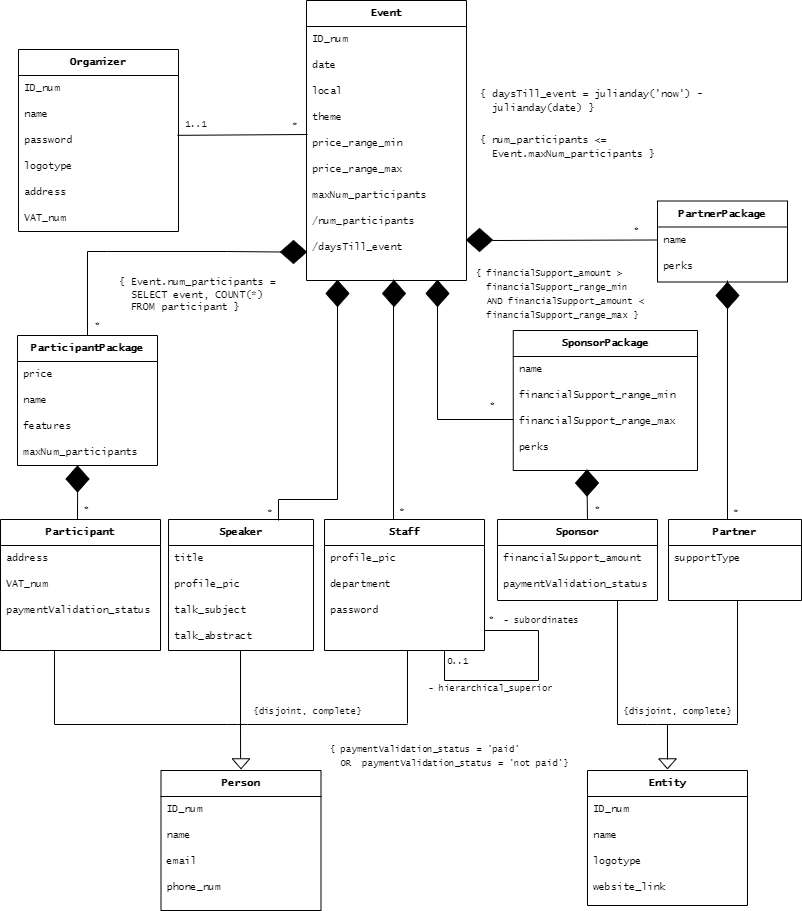
Above: docs/UML_Classes.png in joamats/feup-InformationSystems (draw.io), before the change. Source tidied: cells renumbered, new cells last; positions are measured from the earlier drawing's top-left corner, leaving out a move shared by most shapes.
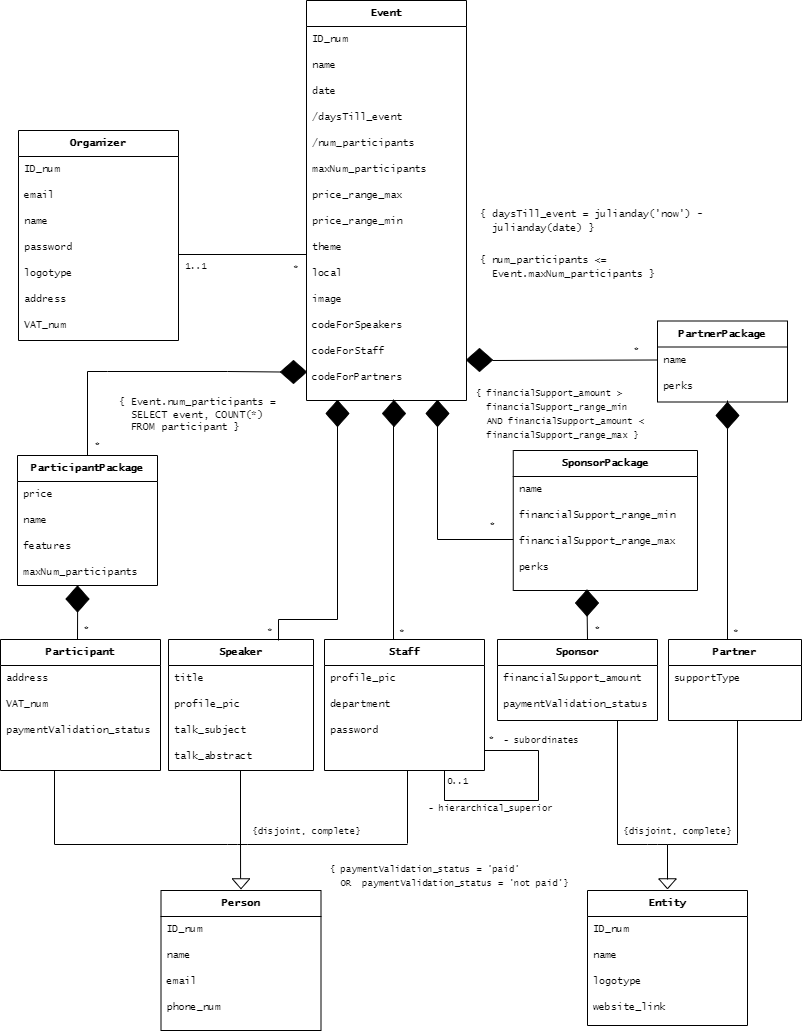
Above is the later version.

Change to the diagram source:
```diff
@@ -3,26 +3,29 @@
     <mxCell id="0" />
     <mxCell id="1" parent="0" />
     <mxCell id="2" value="Organizer" style="swimlane;fontStyle=1;align=center;verticalAlign=top;horizontal=1;startSize=26;rounded=0;shadow=0;strokeWidth=1;fontFamily=Lucida Console;fontSize=10;" parent="1" vertex="1">
-      <mxGeometry x="18" y="49" width="160" height="182" as="geometry" />
+      <mxGeometry x="18" y="10" width="160" height="210" as="geometry" />
     </mxCell>
     <mxCell id="3" value="ID_num" style="text;align=left;verticalAlign=top;spacingLeft=4;spacingRight=4;overflow=hidden;rounded=0;shadow=0;html=0;fontFamily=Lucida Console;fontSize=10;" parent="2" vertex="1">
       <mxGeometry y="26" width="160" height="26" as="geometry" />
     </mxCell>
-    <mxCell id="4" value="name" style="text;align=left;verticalAlign=top;spacingLeft=4;spacingRight=4;overflow=hidden;rounded=0;shadow=0;html=0;fontFamily=Lucida Console;fontSize=10;" parent="2" vertex="1">
+    <mxCell id="4" value="email" style="text;align=left;verticalAlign=top;spacingLeft=4;spacingRight=4;overflow=hidden;rounded=0;shadow=0;html=0;fontFamily=Lucida Console;fontSize=10;" parent="2" vertex="1">
       <mxGeometry y="52" width="160" height="26" as="geometry" />
     </mxCell>
-    <mxCell id="5" value="password" style="text;align=left;verticalAlign=top;spacingLeft=4;spacingRight=4;overflow=hidden;points=[[0,0.5],[1,0.5]];portConstraint=eastwest;rounded=0;shadow=0;html=0;fontFamily=Lucida Console;fontSize=10;" parent="2" vertex="1">
+    <mxCell id="5" value="name" style="text;align=left;verticalAlign=top;spacingLeft=4;spacingRight=4;overflow=hidden;points=[[0,0.5],[1,0.5]];portConstraint=eastwest;rounded=0;shadow=0;html=0;fontFamily=Lucida Console;fontSize=10;" parent="2" vertex="1">
       <mxGeometry y="78" width="160" height="26" as="geometry" />
     </mxCell>
-    <mxCell id="6" value="logotype" style="text;align=left;verticalAlign=top;spacingLeft=4;spacingRight=4;overflow=hidden;rounded=0;shadow=0;html=0;fontFamily=Lucida Console;fontSize=10;" parent="2" vertex="1">
+    <mxCell id="6" value="password" style="text;align=left;verticalAlign=top;spacingLeft=4;spacingRight=4;overflow=hidden;rounded=0;shadow=0;html=0;fontFamily=Lucida Console;fontSize=10;" parent="2" vertex="1">
       <mxGeometry y="104" width="160" height="26" as="geometry" />
     </mxCell>
-    <mxCell id="7" value="address" style="text;align=left;verticalAlign=top;spacingLeft=4;spacingRight=4;overflow=hidden;rounded=0;shadow=0;html=0;fontFamily=Lucida Console;fontSize=10;" parent="2" vertex="1">
+    <mxCell id="7" value="logotype" style="text;align=left;verticalAlign=top;spacingLeft=4;spacingRight=4;overflow=hidden;rounded=0;shadow=0;html=0;fontFamily=Lucida Console;fontSize=10;" parent="2" vertex="1">
       <mxGeometry y="130" width="160" height="26" as="geometry" />
     </mxCell>
-    <mxCell id="8" value="VAT_num" style="text;align=left;verticalAlign=top;spacingLeft=4;spacingRight=4;overflow=hidden;rounded=0;shadow=0;html=0;fontFamily=Lucida Console;fontSize=10;" parent="2" vertex="1">
+    <mxCell id="8" value="address" style="text;align=left;verticalAlign=top;spacingLeft=4;spacingRight=4;overflow=hidden;rounded=0;shadow=0;html=0;fontFamily=Lucida Console;fontSize=10;" parent="2" vertex="1">
       <mxGeometry y="156" width="160" height="26" as="geometry" />
     </mxCell>
+    <mxCell id="110" value="VAT_num" style="text;align=left;verticalAlign=top;spacingLeft=4;spacingRight=4;overflow=hidden;rounded=0;shadow=0;html=0;fontFamily=Lucida Console;fontSize=10;" parent="2" vertex="1">
+      <mxGeometry y="182" width="160" height="26" as="geometry" />
+    </mxCell>
     <mxCell id="9" value="Entity" style="swimlane;fontStyle=1;align=center;verticalAlign=top;horizontal=1;startSize=26;rounded=0;shadow=0;strokeWidth=1;fontFamily=Lucida Console;fontSize=10;" parent="1" vertex="1">
       <mxGeometry x="587" y="770" width="160" height="135" as="geometry" />
     </mxCell>
@@ -54,35 +57,50 @@
       <mxGeometry y="104" width="140" height="26" as="geometry" />
     </mxCell>
     <mxCell id="19" value="Event" style="swimlane;fontStyle=1;align=center;verticalAlign=top;horizontal=1;startSize=26;rounded=0;shadow=0;strokeWidth=1;fontFamily=Lucida Console;fontSize=10;" parent="1" vertex="1">
-      <mxGeometry x="306" width="160" height="280" as="geometry" />
+      <mxGeometry x="306" y="-120" width="160" height="400" as="geometry" />
     </mxCell>
     <mxCell id="20" value="ID_num" style="text;align=left;verticalAlign=top;spacingLeft=4;spacingRight=4;overflow=hidden;rounded=0;shadow=0;html=0;fontFamily=Lucida Console;fontSize=10;" parent="19" vertex="1">
       <mxGeometry y="26" width="160" height="26" as="geometry" />
     </mxCell>
-    <mxCell id="21" value="date" style="text;align=left;verticalAlign=top;spacingLeft=4;spacingRight=4;overflow=hidden;rounded=0;shadow=0;html=0;fontFamily=Lucida Console;fontSize=10;" parent="19" vertex="1">
+    <mxCell id="21" value="name" style="text;align=left;verticalAlign=top;spacingLeft=4;spacingRight=4;overflow=hidden;rounded=0;shadow=0;html=0;fontFamily=Lucida Console;fontSize=10;" parent="19" vertex="1">
       <mxGeometry y="52" width="160" height="26" as="geometry" />
     </mxCell>
+    <mxCell id="28" value="date" style="text;align=left;verticalAlign=top;spacingLeft=4;spacingRight=4;overflow=hidden;rounded=0;shadow=0;html=0;fontFamily=Lucida Console;fontSize=10;" parent="19" vertex="1">
+      <mxGeometry y="78" width="160" height="26" as="geometry" />
+    </mxCell>
+    <mxCell id="27" value="/daysTill_event" style="text;align=left;verticalAlign=top;spacingLeft=4;spacingRight=4;overflow=hidden;rounded=0;shadow=0;html=0;fontFamily=Lucida Console;fontSize=10;" parent="19" vertex="1">
+      <mxGeometry y="104" width="160" height="26" as="geometry" />
+    </mxCell>
+    <mxCell id="26" value="/num_participants" style="text;align=left;verticalAlign=top;spacingLeft=4;spacingRight=4;overflow=hidden;rounded=0;shadow=0;html=0;fontFamily=Lucida Console;fontSize=10;" parent="19" vertex="1">
+      <mxGeometry y="130" width="160" height="26" as="geometry" />
+    </mxCell>
+    <mxCell id="25" value="maxNum_participants" style="text;align=left;verticalAlign=top;spacingLeft=4;spacingRight=4;overflow=hidden;rounded=0;shadow=0;html=0;fontFamily=Lucida Console;fontSize=10;" parent="19" vertex="1">
+      <mxGeometry y="156" width="160" height="26" as="geometry" />
+    </mxCell>
+    <mxCell id="24" value="price_range_max" style="text;align=left;verticalAlign=top;spacingLeft=4;spacingRight=4;overflow=hidden;rounded=0;shadow=0;html=0;fontFamily=Lucida Console;fontSize=10;" parent="19" vertex="1">
+      <mxGeometry y="182" width="160" height="26" as="geometry" />
+    </mxCell>
+    <mxCell id="23" value="price_range_min" style="text;align=left;verticalAlign=top;spacingLeft=4;spacingRight=4;overflow=hidden;rounded=0;shadow=0;html=0;fontFamily=Lucida Console;fontSize=10;" parent="19" vertex="1">
+      <mxGeometry y="208" width="160" height="26" as="geometry" />
+    </mxCell>
-    <mxCell id="22" value="local" style="text;align=left;verticalAlign=top;spacingLeft=4;spacingRight=4;overflow=hidden;rounded=0;shadow=0;html=0;fontFamily=Lucida Console;fontSize=10;" parent="19" vertex="1">
-      <mxGeometry y="78" width="160" height="26" as="geometry" />
+    <mxCell id="22" value="theme" style="text;align=left;verticalAlign=top;spacingLeft=4;spacingRight=4;overflow=hidden;rounded=0;shadow=0;html=0;fontFamily=Lucida Console;fontSize=10;" parent="19" vertex="1">
+      <mxGeometry y="234" width="160" height="26" as="geometry" />
     </mxCell>
-    <mxCell id="23" value="theme" style="text;align=left;verticalAlign=top;spacingLeft=4;spacingRight=4;overflow=hidden;rounded=0;shadow=0;html=0;fontFamily=Lucida Console;fontSize=10;" parent="19" vertex="1">
-      <mxGeometry y="104" width="160" height="26" as="geometry" />
-    </mxCell>
-    <mxCell id="24" value="price_range_min" style="text;align=left;verticalAlign=top;spacingLeft=4;spacingRight=4;overflow=hidden;rounded=0;shadow=0;html=0;fontFamily=Lucida Console;fontSize=10;" parent="19" vertex="1">
-      <mxGeometry y="130" width="160" height="26" as="geometry" />
-    </mxCell>
-    <mxCell id="25" value="price_range_max" style="text;align=left;verticalAlign=top;spacingLeft=4;spacingRight=4;overflow=hidden;rounded=0;shadow=0;html=0;fontFamily=Lucida Console;fontSize=10;" parent="19" vertex="1">
-      <mxGeometry y="156" width="160" height="26" as="geometry" />
-    </mxCell>
-    <mxCell id="26" value="maxNum_participants" style="text;align=left;verticalAlign=top;spacingLeft=4;spacingRight=4;overflow=hidden;rounded=0;shadow=0;html=0;fontFamily=Lucida Console;fontSize=10;" parent="19" vertex="1">
-      <mxGeometry y="182" width="160" height="26" as="geometry" />
-    </mxCell>
-    <mxCell id="27" value="/num_participants" style="text;align=left;verticalAlign=top;spacingLeft=4;spacingRight=4;overflow=hidden;rounded=0;shadow=0;html=0;fontFamily=Lucida Console;fontSize=10;" parent="19" vertex="1">
-      <mxGeometry y="208" width="160" height="26" as="geometry" />
-    </mxCell>
-    <mxCell id="28" value="/daysTill_event" style="text;align=left;verticalAlign=top;spacingLeft=4;spacingRight=4;overflow=hidden;rounded=0;shadow=0;html=0;fontFamily=Lucida Console;fontSize=10;" parent="19" vertex="1">
-      <mxGeometry y="234" width="160" height="26" as="geometry" />
-    </mxCell>
+    <mxCell id="111" value="local" style="text;align=left;verticalAlign=top;spacingLeft=4;spacingRight=4;overflow=hidden;rounded=0;shadow=0;html=0;fontFamily=Lucida Console;fontSize=10;" parent="19" vertex="1">
+      <mxGeometry y="260" width="160" height="26" as="geometry" />
+    </mxCell>
+    <mxCell id="112" value="image" style="text;align=left;verticalAlign=top;spacingLeft=4;spacingRight=4;overflow=hidden;rounded=0;shadow=0;html=0;fontFamily=Lucida Console;fontSize=10;" parent="19" vertex="1">
+      <mxGeometry y="286" width="160" height="26" as="geometry" />
+    </mxCell>
+    <mxCell id="113" value="codeForSpeakers" style="text;align=left;verticalAlign=top;spacingLeft=4;spacingRight=4;overflow=hidden;rounded=0;shadow=0;html=0;fontFamily=Lucida Console;fontSize=10;" parent="19" vertex="1">
+      <mxGeometry y="312" width="160" height="26" as="geometry" />
+    </mxCell>
+    <mxCell id="114" value="codeForStaff" style="text;align=left;verticalAlign=top;spacingLeft=4;spacingRight=4;overflow=hidden;rounded=0;shadow=0;html=0;fontFamily=Lucida Console;fontSize=10;" parent="19" vertex="1">
+      <mxGeometry y="338" width="160" height="26" as="geometry" />
+    </mxCell>
+    <mxCell id="115" value="codeForPartners" style="text;align=left;verticalAlign=top;spacingLeft=4;spacingRight=4;overflow=hidden;rounded=0;shadow=0;html=0;fontFamily=Lucida Console;fontSize=10;" parent="19" vertex="1">
+      <mxGeometry y="364" width="160" height="26" as="geometry" />
+    </mxCell>
     <mxCell id="29" value="Participant" style="swimlane;fontStyle=1;align=center;verticalAlign=top;horizontal=1;startSize=26;rounded=0;shadow=0;strokeWidth=1;fontFamily=Lucida Console;fontSize=10;" parent="1" vertex="1">
       <mxGeometry y="519" width="160" height="131" as="geometry" />
     </mxCell>
@@ -209,14 +227,15 @@
     <mxCell id="59" value="perks" style="text;align=left;verticalAlign=top;spacingLeft=4;spacingRight=4;overflow=hidden;fontFamily=Lucida Console;fontSize=10;" parent="55" vertex="1">
       <mxGeometry y="104" width="184.2" height="26" as="geometry" />
     </mxCell>
-    <mxCell id="60" style="endArrow=none;html=1;exitX=0.994;exitY=0.301;exitDx=0;exitDy=0;fontFamily=Lucida Console;fontSize=10;exitPerimeter=0;" parent="1" edge="1" source="5">
+    <mxCell id="60" style="endArrow=none;html=1;fontFamily=Lucida Console;fontSize=10;" parent="1" edge="1">
       <mxGeometry relative="1" as="geometry">
-        <mxPoint x="307" y="134" as="targetPoint" />
+        <mxPoint x="178" y="134" as="sourcePoint" />
+        <mxPoint x="306" y="134" as="targetPoint" />
       </mxGeometry>
     </mxCell>
     <mxCell id="61" value="&lt;font style=&quot;font-size: 9px&quot;&gt;*&lt;/font&gt;" style="edgeLabel;html=1;align=center;verticalAlign=middle;fontFamily=Lucida Console;fontSize=10;" parent="60" vertex="1">
       <mxGeometry x="0.81" relative="1" as="geometry">
-        <mxPoint x="-1" y="-11" as="offset" />
+        <mxPoint x="-1" y="12" as="offset" />
       </mxGeometry>
     </mxCell>
     <mxCell id="62" value="PartnerPackage" style="swimlane;fontStyle=1;align=center;verticalAlign=top;horizontal=1;startSize=26;rounded=0;shadow=0;strokeWidth=1;fontFamily=Lucida Console;fontSize=10;" parent="1" vertex="1">
@@ -286,7 +305,7 @@
       </mxGeometry>
     </mxCell>
     <mxCell id="78" value="&lt;font style=&quot;font-size: 9px&quot;&gt;1..1&lt;/font&gt;" style="edgeLabel;html=1;align=center;verticalAlign=middle;fontFamily=Lucida Console;fontSize=10;" parent="1" vertex="1">
-      <mxGeometry x="313" y="140" as="geometry">
+      <mxGeometry x="313" y="161" as="geometry">
         <mxPoint x="-118" y="-17" as="offset" />
       </mxGeometry>
     </mxCell>
```
